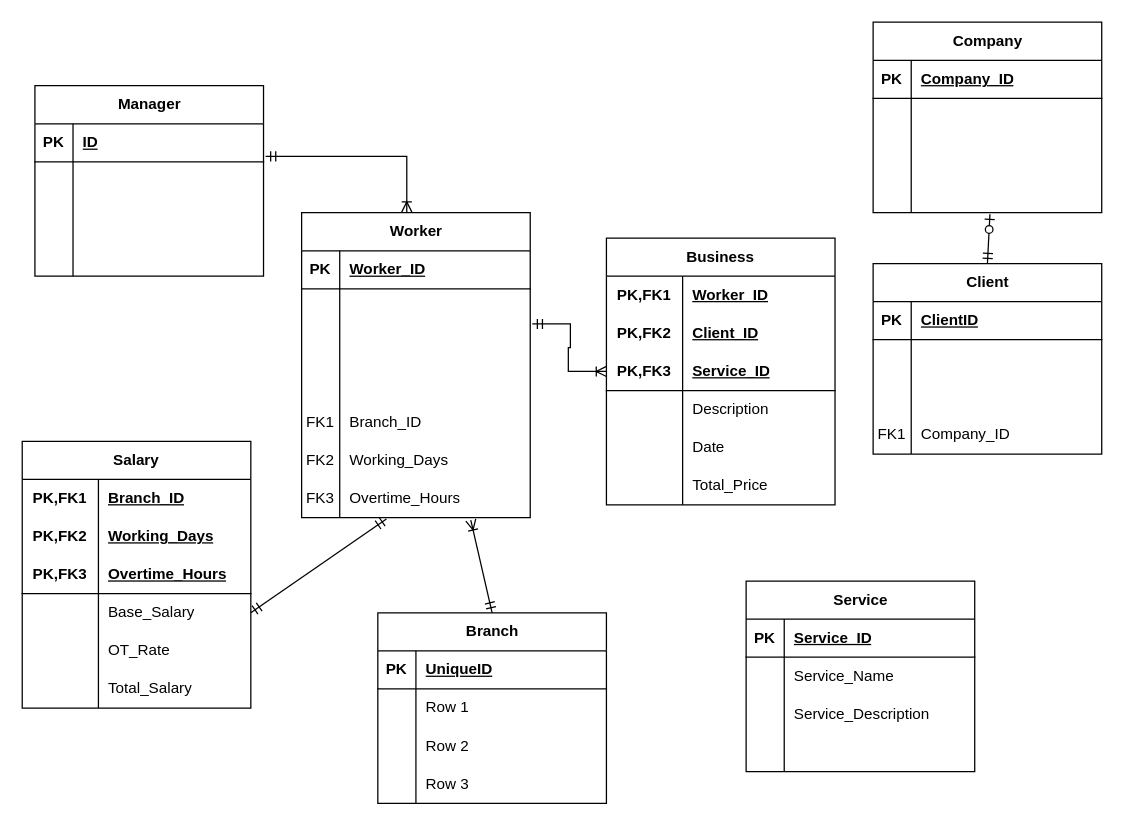
Above: wia2001assg.drawio in justn0thinghere/drawio (draw.io), before the change. Source tidied: cells renumbered, new cells numbered last; positions are measured from the earlier drawing's top-left corner, leaving out a move shared by most shapes. Both pictures are drawn from the tidied source at 127%, with x=0, y=0 at pixel (22, 22).
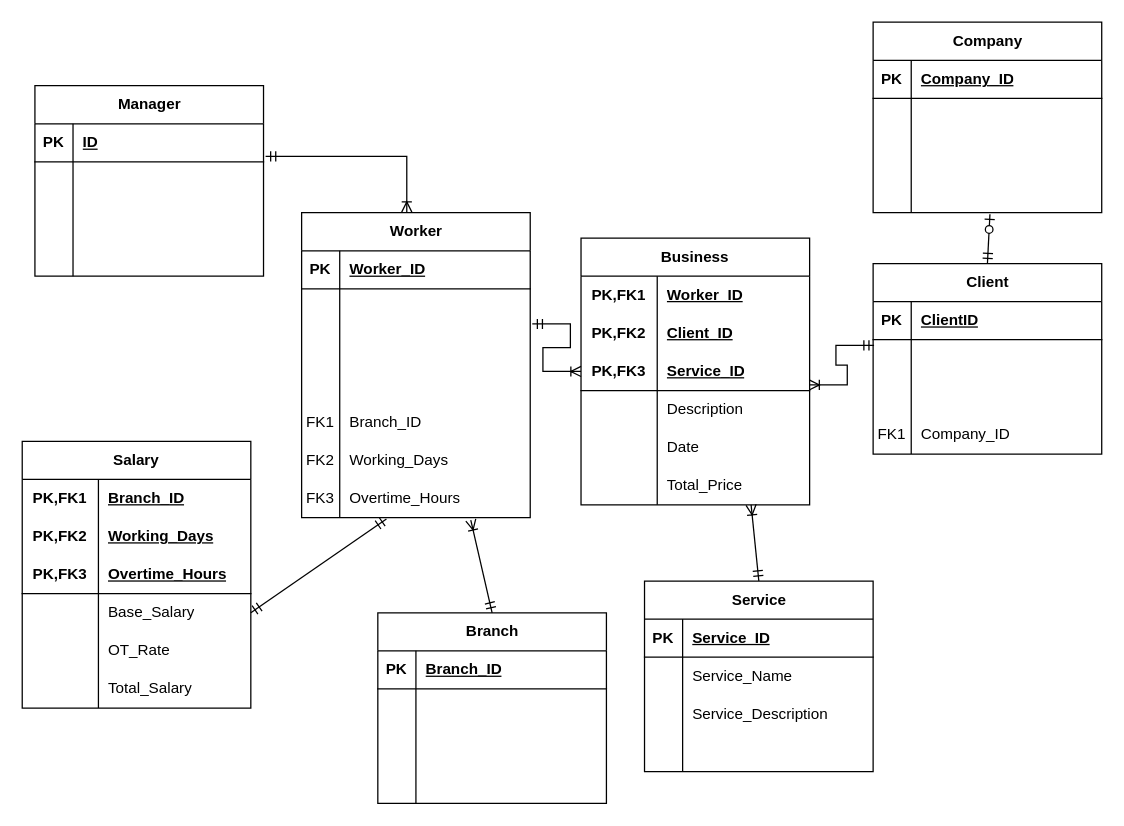
The same diagram, later.

Unchanged cells that the change refers to:
```xml
<mxCell id="9" style="shape=tableRow;horizontal=0;startSize=0;swimlaneHead=0;swimlaneBody=0;fillColor=none;points=[[0,0.5],[1,0.5]];portConstraint=eastwest;top=0;left=0;right=0;bottom=1;html=1;" parent="2" vertex="1">
  <mxGeometry y="90" width="180" height="30" as="geometry" />
</mxCell>
<mxCell id="18" style="shape=tableRow;horizontal=0;startSize=0;swimlaneHead=0;swimlaneBody=0;fillColor=none;points=[[0,0.5],[1,0.5]];portConstraint=eastwest;top=0;left=0;right=0;bottom=0;html=1;" parent="2" vertex="1">
  <mxGeometry y="180" width="180" height="30" as="geometry" />
</mxCell>
<mxCell id="57" style="shape=tableRow;horizontal=0;startSize=0;swimlaneHead=0;swimlaneBody=0;fillColor=none;top=0;left=0;right=0;bottom=1;" parent="56" vertex="1">
  <mxGeometry y="30" width="180" height="30" as="geometry" />
</mxCell>
<mxCell id="60" style="shape=tableRow;horizontal=0;startSize=0;swimlaneHead=0;swimlaneBody=0;fillColor=none;top=0;left=0;right=0;bottom=0;" parent="56" vertex="1">
  <mxGeometry y="60" width="180" height="30" as="geometry" />
</mxCell>
<mxCell id="63" style="shape=tableRow;horizontal=0;startSize=0;swimlaneHead=0;swimlaneBody=0;fillColor=none;top=0;left=0;right=0;bottom=0;" parent="56" vertex="1">
  <mxGeometry y="90" width="180" height="30" as="geometry" />
</mxCell>
<mxCell id="66" style="shape=tableRow;horizontal=0;startSize=0;swimlaneHead=0;swimlaneBody=0;fillColor=none;top=0;left=0;right=0;bottom=0;" parent="56" vertex="1">
  <mxGeometry y="120" width="180" height="30" as="geometry" />
</mxCell>
<mxCell id="105" style="shape=tableRow;horizontal=0;startSize=0;swimlaneHead=0;swimlaneBody=0;fillColor=none;points=[[0,0.5],[1,0.5]];portConstraint=eastwest;top=0;left=0;right=0;bottom=0;" parent="101" vertex="1">
  <mxGeometry y="60" width="180" height="30" as="geometry" />
</mxCell>
```

Diff of the diagram source:
```diff
@@
     <mxCell id="2" value="Business" style="shape=table;startSize=30;childLayout=tableLayout;rowLines=0;fontStyle=1;align=center;html=1;whiteSpace=wrap;" parent="1" vertex="1">
-      <mxGeometry x="460" y="170" width="180" height="210" as="geometry" />
+      <mxGeometry x="440" y="170" width="180" height="210" as="geometry" />
     </mxCell>
@@
     <mxCell id="21" value="Service" style="shape=table;startSize=30;childLayout=tableLayout;rowLines=0;fontStyle=1;align=center;html=1;" parent="1" vertex="1">
-      <mxGeometry x="570" y="440" width="180" height="150" as="geometry" />
+      <mxGeometry x="490" y="440" width="180" height="150" as="geometry" />
     </mxCell>
@@
-    <mxCell id="59" value="UniqueID" style="shape=partialRectangle;fillColor=none;top=0;left=0;bottom=0;right=0;align=left;spacingLeft=6;fontStyle=5;overflow=hidden;whiteSpace=wrap;html=1;" parent="57" vertex="1">
+    <mxCell id="59" value="Branch_ID" style="shape=partialRectangle;fillColor=none;top=0;left=0;bottom=0;right=0;align=left;spacingLeft=6;fontStyle=5;overflow=hidden;whiteSpace=wrap;html=1;" parent="57" vertex="1">
       <mxGeometry x="30" width="150" height="30" as="geometry" />
     </mxCell>
@@
-    <mxCell id="62" value="Row 1" style="shape=partialRectangle;fillColor=none;top=0;left=0;bottom=0;right=0;align=left;spacingLeft=6;overflow=hidden;whiteSpace=wrap;html=1;" parent="60" vertex="1">
+    <mxCell id="62" style="shape=partialRectangle;fillColor=none;top=0;left=0;bottom=0;right=0;align=left;spacingLeft=6;overflow=hidden;whiteSpace=wrap;html=1;" parent="60" vertex="1">
       <mxGeometry x="30" width="150" height="30" as="geometry" />
     </mxCell>
@@
-    <mxCell id="65" value="Row 2" style="shape=partialRectangle;fillColor=none;top=0;left=0;bottom=0;right=0;align=left;spacingLeft=6;overflow=hidden;whiteSpace=wrap;html=1;" parent="63" vertex="1">
+    <mxCell id="65" style="shape=partialRectangle;fillColor=none;top=0;left=0;bottom=0;right=0;align=left;spacingLeft=6;overflow=hidden;whiteSpace=wrap;html=1;" parent="63" vertex="1">
       <mxGeometry x="30" width="150" height="30" as="geometry" />
     </mxCell>
@@
-    <mxCell id="68" value="Row 3" style="shape=partialRectangle;fillColor=none;top=0;left=0;bottom=0;right=0;align=left;spacingLeft=6;overflow=hidden;whiteSpace=wrap;html=1;" parent="66" vertex="1">
+    <mxCell id="68" style="shape=partialRectangle;fillColor=none;top=0;left=0;bottom=0;right=0;align=left;spacingLeft=6;overflow=hidden;whiteSpace=wrap;html=1;" parent="66" vertex="1">
       <mxGeometry x="30" width="150" height="30" as="geometry" />
     </mxCell>
@@
+    <mxCell id="132" style="edgeStyle=entityRelationEdgeStyle;fontSize=12;html=1;endArrow=ERoneToMany;startArrow=ERmandOne;rounded=0;entryX=0.998;entryY=0.853;entryDx=0;entryDy=0;exitX=0.004;exitY=0.147;exitDx=0;exitDy=0;exitPerimeter=0;entryPerimeter=0;" parent="1" edge="1" source="105" target="9">
+      <mxGeometry relative="1" as="geometry" />
+    </mxCell>
+    <mxCell id="133" style="fontSize=12;html=1;endArrow=ERoneToMany;startArrow=ERmandOne;rounded=0;entryX=0.744;entryY=1;entryDx=0;entryDy=0;exitX=0.5;exitY=0;exitDx=0;exitDy=0;entryPerimeter=0;" parent="1" edge="1" source="21" target="18">
+      <mxGeometry relative="1" as="geometry" />
+    </mxCell>
```
